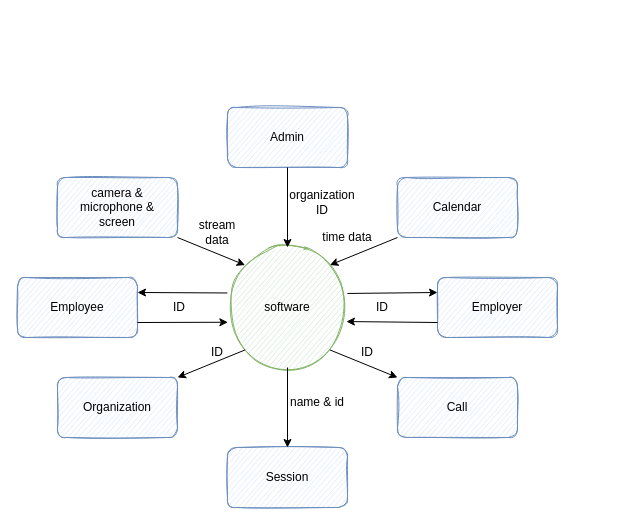
The draw.io diagram software-design/DFD-layer-0.drawio in mohammadne/AUT, before the edit. Source tidied: cells renumbered, new cells numbered last; positions are measured from the earlier drawing's top-left corner, leaving out a move shared by most shapes. Both pictures are drawn from the tidied source at 100%, with x=0, y=0 at pixel (17, 107).
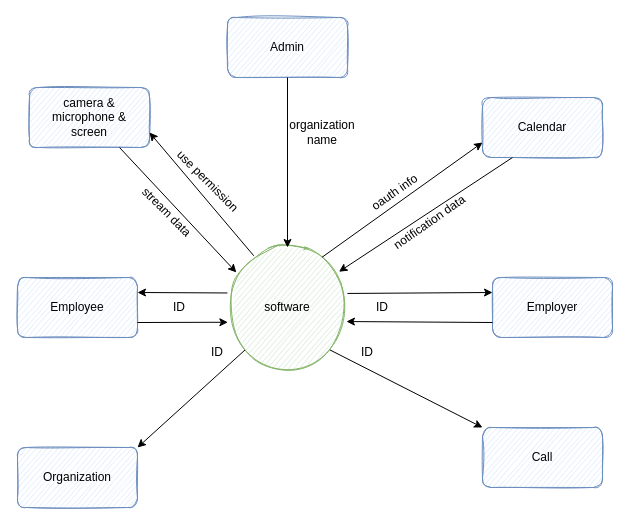
Above is the later version.

Unchanged cells that the change refers to:
```xml
<mxCell id="10" value="software" style="ellipse;whiteSpace=wrap;html=1;rounded=1;sketch=1;fillColor=#d5e8d4;strokeColor=#82b366;" parent="1" vertex="1">
  <mxGeometry x="210" y="140" width="120" height="120" as="geometry" />
</mxCell>
```

Change to the diagram source:
```diff
@@
     <mxCell id="2" value="Admin" style="rounded=1;whiteSpace=wrap;html=1;sketch=1;fillColor=#dae8fc;strokeColor=#6c8ebf;" parent="1" vertex="1">
-      <mxGeometry x="210" width="120" height="60" as="geometry" />
+      <mxGeometry x="210" y="-90" width="120" height="60" as="geometry" />
     </mxCell>
@@
     <mxCell id="4" value="Employer" style="rounded=1;whiteSpace=wrap;html=1;sketch=1;fillColor=#dae8fc;strokeColor=#6c8ebf;" parent="1" vertex="1">
-      <mxGeometry x="420" y="170" width="120" height="60" as="geometry" />
+      <mxGeometry x="475" y="170" width="120" height="60" as="geometry" />
     </mxCell>
     <mxCell id="5" value="Organization" style="rounded=1;whiteSpace=wrap;html=1;sketch=1;fillColor=#dae8fc;strokeColor=#6c8ebf;" parent="1" vertex="1">
-      <mxGeometry x="40" y="270" width="120" height="60" as="geometry" />
+      <mxGeometry y="340" width="120" height="60" as="geometry" />
     </mxCell>
     <mxCell id="6" value="Calendar" style="rounded=1;whiteSpace=wrap;html=1;sketch=1;fillColor=#dae8fc;strokeColor=#6c8ebf;" parent="1" vertex="1">
-      <mxGeometry x="380" y="70" width="120" height="60" as="geometry" />
+      <mxGeometry x="465" y="-10" width="120" height="60" as="geometry" />
     </mxCell>
-    <mxCell id="7" value="Session" style="rounded=1;whiteSpace=wrap;html=1;sketch=1;fillColor=#dae8fc;strokeColor=#6c8ebf;" parent="1" vertex="1">
-      <mxGeometry x="210" y="340" width="120" height="60" as="geometry" />
-    </mxCell>
     <mxCell id="8" value="Call" style="rounded=1;whiteSpace=wrap;html=1;sketch=1;fillColor=#dae8fc;strokeColor=#6c8ebf;" parent="1" vertex="1">
-      <mxGeometry x="380" y="270" width="120" height="60" as="geometry" />
+      <mxGeometry x="465" y="320" width="120" height="60" as="geometry" />
     </mxCell>
     <mxCell id="9" value="camera &amp;amp; &lt;br&gt;microphone &amp;amp;&lt;br&gt;screen" style="rounded=1;whiteSpace=wrap;html=1;sketch=1;fillColor=#dae8fc;strokeColor=#6c8ebf;" parent="1" vertex="1">
-      <mxGeometry x="40" y="70" width="120" height="60" as="geometry" />
+      <mxGeometry x="12" y="-20" width="120" height="60" as="geometry" />
     </mxCell>
@@
-    <mxCell id="11" style="endArrow=classic;html=1;rounded=0;exitX=0;exitY=1;exitDx=0;exitDy=0;entryX=1;entryY=0;entryDx=0;entryDy=0;" parent="1" edge="1" source="6" target="10">
+    <mxCell id="11" style="endArrow=classic;html=1;rounded=0;exitX=0.25;exitY=1;exitDx=0;exitDy=0;entryX=0.929;entryY=0.202;entryDx=0;entryDy=0;entryPerimeter=0;" parent="1" edge="1" source="6" target="10">
       <mxGeometry relative="1" as="geometry" />
     </mxCell>
-    <mxCell id="12" value="time data" style="text;html=1;strokeColor=none;fillColor=none;align=center;verticalAlign=middle;whiteSpace=wrap;rounded=0;" parent="1" vertex="1">
-      <mxGeometry x="300" y="115" width="60" height="30" as="geometry" />
+    <mxCell id="12" value="notification data" style="text;html=1;strokeColor=none;fillColor=none;align=center;verticalAlign=middle;whiteSpace=wrap;rounded=0;rotation=-35;" parent="1" vertex="1">
+      <mxGeometry x="365" y="100" width="95" height="30" as="geometry" />
     </mxCell>
-    <mxCell id="13" style="endArrow=classic;html=1;rounded=0;exitX=1;exitY=1;exitDx=0;exitDy=0;entryX=0;entryY=0;entryDx=0;entryDy=0;" parent="1" edge="1" source="9" target="10">
+    <mxCell id="13" style="endArrow=classic;html=1;rounded=0;exitX=0.75;exitY=1;exitDx=0;exitDy=0;entryX=0.074;entryY=0.208;entryDx=0;entryDy=0;entryPerimeter=0;" parent="1" edge="1" source="9" target="10">
       <mxGeometry relative="1" as="geometry" />
     </mxCell>
-    <mxCell id="14" value="stream data" style="text;html=1;strokeColor=none;fillColor=none;align=center;verticalAlign=middle;whiteSpace=wrap;rounded=0;" parent="1" vertex="1">
-      <mxGeometry x="170" y="110" width="60" height="30" as="geometry" />
+    <mxCell id="14" value="stream data" style="text;html=1;strokeColor=none;fillColor=none;align=center;verticalAlign=middle;whiteSpace=wrap;rounded=0;rotation=45;" parent="1" vertex="1">
+      <mxGeometry x="107" y="90" width="85" height="30" as="geometry" />
     </mxCell>
@@
-    <mxCell id="16" value="organization ID" style="text;html=1;strokeColor=none;fillColor=none;align=center;verticalAlign=middle;whiteSpace=wrap;rounded=0;" parent="1" vertex="1">
-      <mxGeometry x="275" y="80" width="60" height="30" as="geometry" />
+    <mxCell id="16" value="organization name" style="text;html=1;strokeColor=none;fillColor=none;align=center;verticalAlign=middle;whiteSpace=wrap;rounded=0;" parent="1" vertex="1">
+      <mxGeometry x="275" y="10" width="60" height="30" as="geometry" />
     </mxCell>
-    <mxCell id="17" style="endArrow=classic;html=1;rounded=0;exitX=0.5;exitY=1;exitDx=0;exitDy=0;entryX=0.5;entryY=0;entryDx=0;entryDy=0;" parent="1" edge="1" source="10" target="7">
-      <mxGeometry relative="1" as="geometry" />
-    </mxCell>
-    <mxCell id="18" value="name &amp;amp; id" style="text;html=1;strokeColor=none;fillColor=none;align=center;verticalAlign=middle;whiteSpace=wrap;rounded=0;" parent="1" vertex="1">
-      <mxGeometry x="270" y="280" width="60" height="30" as="geometry" />
-    </mxCell>
@@
+    <mxCell id="29" style="endArrow=classic;html=1;rounded=0;exitX=0.788;exitY=0.081;exitDx=0;exitDy=0;entryX=0;entryY=0.75;entryDx=0;entryDy=0;exitPerimeter=0;" parent="1" edge="1" source="10" target="6">
+      <mxGeometry relative="1" as="geometry" />
+    </mxCell>
+    <mxCell id="30" value="oauth info" style="text;html=1;strokeColor=none;fillColor=none;align=center;verticalAlign=middle;whiteSpace=wrap;rounded=0;rotation=-35;" parent="1" vertex="1">
+      <mxGeometry x="330" y="70" width="95" height="30" as="geometry" />
+    </mxCell>
+    <mxCell id="31" style="endArrow=classic;html=1;rounded=0;exitX=0.219;exitY=0.069;exitDx=0;exitDy=0;entryX=1;entryY=0.75;entryDx=0;entryDy=0;exitPerimeter=0;" parent="1" edge="1" source="10" target="9">
+      <mxGeometry relative="1" as="geometry" />
+    </mxCell>
+    <mxCell id="32" value="use permission" style="text;html=1;strokeColor=none;fillColor=none;align=center;verticalAlign=middle;whiteSpace=wrap;rounded=0;rotation=45;" parent="1" vertex="1">
+      <mxGeometry x="148" y="59" width="85" height="30" as="geometry" />
+    </mxCell>
```
